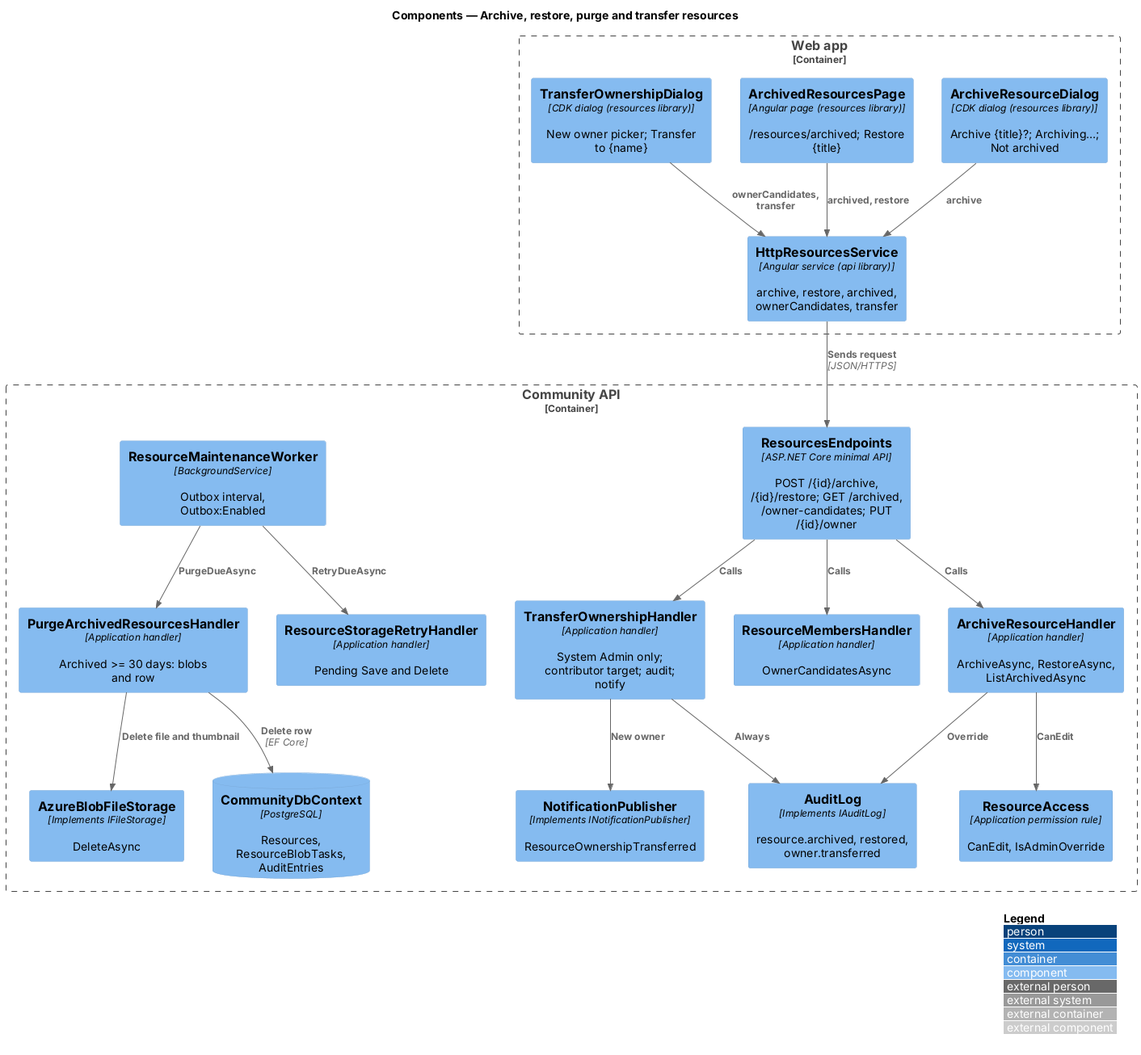
Above: docs/detailed-designs/resources/archive-and-transfer/diagrams/c4-component.png in QuinntyneBrown/faithtech-community (PlantUML), before the change. Source of this version:
```plantuml
@startuml
!include <C4/C4_Component>
LAYOUT_WITH_LEGEND()
title Components — Archive, restore, purge and transfer resources
Container_Boundary(web, "Web app") {
  Component(adlg, "ArchiveResourceDialog", "CDK dialog (resources library)", "Archive {title}?; Archiving…; Not archived")
  Component(apage, "ArchivedResourcesPage", "Angular page (resources library)", "/resources/archived; Restore {title}")
  Component(tdlg, "TransferOwnershipDialog", "CDK dialog (resources library)", "New owner picker; Transfer to {name}")
  Component(svc, "HttpResourcesService", "Angular service (api library)", "archive, restore, archived, ownerCandidates, transfer")
}
Container_Boundary(api, "Community API") {
  Component(ep, "ResourcesEndpoints", "ASP.NET Core minimal API", "POST /{id}/archive, /{id}/restore; GET /archived, /owner-candidates; PUT /{id}/owner")
  Component(arch, "ArchiveResourceHandler", "Application handler", "ArchiveAsync, RestoreAsync, ListArchivedAsync")
  Component(tr, "TransferOwnershipHandler", "Application handler", "System Admin only; contributor target; audit; notify")
  Component(mem, "ResourceMembersHandler", "Application handler", "OwnerCandidatesAsync")
  Component(purge, "PurgeArchivedResourcesHandler", "Application handler", "Archived >= 30 days: blobs and row")
  Component(retry, "ResourceStorageRetryHandler", "Application handler", "Pending Save and Delete")
  Component(worker, "ResourceMaintenanceWorker", "BackgroundService", "Outbox interval, Outbox:Enabled")
  Component(acc, "ResourceAccess", "Application permission rule", "CanEdit, IsAdminOverride")
  Component(pub, "NotificationPublisher", "Implements INotificationPublisher", "ResourceOwnershipTransferred")
  Component(audit, "AuditLog", "Implements IAuditLog", "resource.archived, restored, owner.transferred")
  Component(store, "AzureBlobFileStorage", "Implements IFileStorage", "DeleteAsync")
  ComponentDb(db, "CommunityDbContext", "PostgreSQL", "Resources, ResourceBlobTasks, AuditEntries")
}
Rel(adlg, svc, "archive")
Rel(apage, svc, "archived, restore")
Rel(tdlg, svc, "ownerCandidates, transfer")
Rel(svc, ep, "Sends request", "JSON/HTTPS")
Rel(ep, arch, "Calls")
Rel(ep, tr, "Calls")
Rel(ep, mem, "Calls")
Rel(arch, acc, "CanEdit")
Rel(arch, audit, "Override")
Rel(tr, audit, "Always")
Rel(tr, pub, "New owner")
Rel(worker, retry, "RetryDueAsync")
Rel(worker, purge, "PurgeDueAsync")
Rel(purge, store, "Delete file and thumbnail")
Rel(purge, db, "Delete row", "EF Core")
@enduml
```
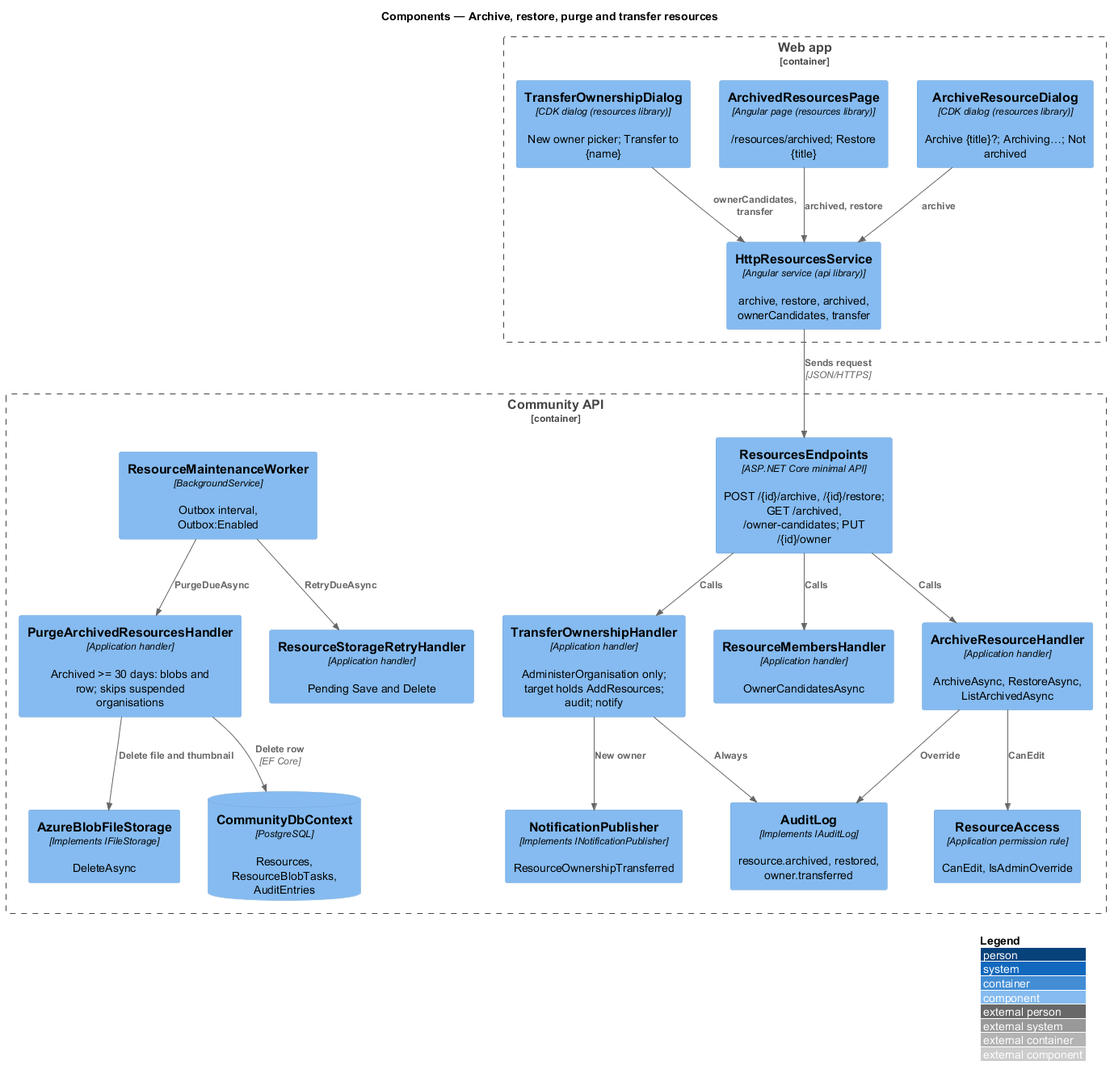
After the commit.

Change to the diagram source:
```diff
@@ -11,9 +11,9 @@
 Container_Boundary(api, "Community API") {
   Component(ep, "ResourcesEndpoints", "ASP.NET Core minimal API", "POST /{id}/archive, /{id}/restore; GET /archived, /owner-candidates; PUT /{id}/owner")
   Component(arch, "ArchiveResourceHandler", "Application handler", "ArchiveAsync, RestoreAsync, ListArchivedAsync")
-  Component(tr, "TransferOwnershipHandler", "Application handler", "System Admin only; contributor target; audit; notify")
+  Component(tr, "TransferOwnershipHandler", "Application handler", "AdministerOrganisation only; target holds AddResources; audit; notify")
   Component(mem, "ResourceMembersHandler", "Application handler", "OwnerCandidatesAsync")
-  Component(purge, "PurgeArchivedResourcesHandler", "Application handler", "Archived >= 30 days: blobs and row")
+  Component(purge, "PurgeArchivedResourcesHandler", "Application handler", "Archived >= 30 days: blobs and row; skips suspended organisations")
   Component(retry, "ResourceStorageRetryHandler", "Application handler", "Pending Save and Delete")
   Component(worker, "ResourceMaintenanceWorker", "BackgroundService", "Outbox interval, Outbox:Enabled")
   Component(acc, "ResourceAccess", "Application permission rule", "CanEdit, IsAdminOverride")
```
